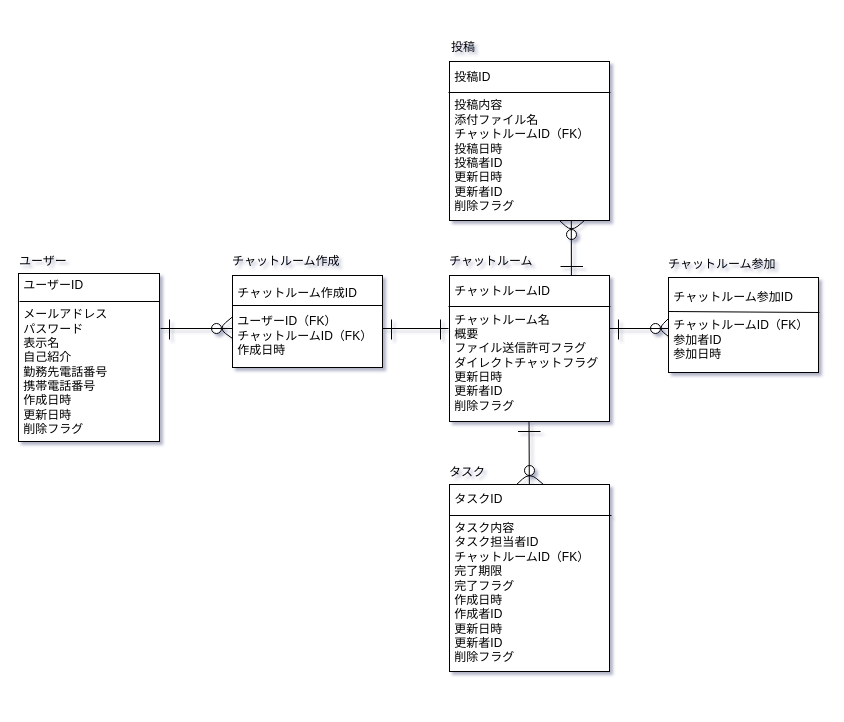
The draw.io diagram db/db-challenge1/erd.drawio in 39nina/quelcode-db, before the edit. Source tidied: cells renumbered, new cells numbered last; positions are measured from the earlier drawing's top-left corner, leaving out a move shared by most shapes. Both pictures are drawn from the tidied source at 100%, with x=0, y=0 at pixel (17, 23).
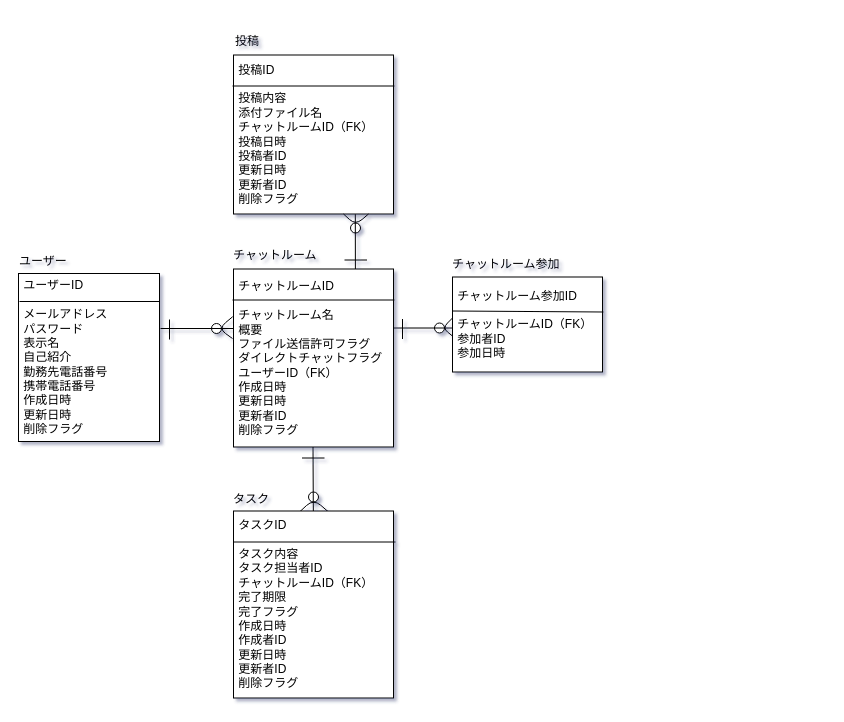
After the change.

Commit message:
チャットルーム作成テーブルをチャットルームテーブルに統合

Diff of the diagram source:
```diff
@@
     <mxCell id="2" style="ellipse;whiteSpace=wrap;html=1;" parent="1" vertex="1">
-      <mxGeometry x="549" y="206" width="10" height="10" as="geometry" />
+      <mxGeometry x="333" y="199.5" width="10" height="10" as="geometry" />
     </mxCell>
     <mxCell id="3" style="ellipse;whiteSpace=wrap;html=1;" parent="1" vertex="1">
-      <mxGeometry x="633" y="300" width="10" height="10" as="geometry" />
+      <mxGeometry x="417" y="299.5" width="10" height="10" as="geometry" />
     </mxCell>
     <mxCell id="4" style="ellipse;whiteSpace=wrap;html=1;" parent="1" vertex="1">
-      <mxGeometry x="507" y="442" width="10" height="10" as="geometry" />
+      <mxGeometry x="291" y="468.5" width="10" height="10" as="geometry" />
     </mxCell>
     <mxCell id="5" style="endArrow=none;html=1;exitX=0.591;exitY=0.003;exitDx=0;exitDy=0;exitPerimeter=0;" parent="1" edge="1">
       <mxGeometry relative="1" as="geometry">
-        <mxPoint x="526.6" y="461.6" as="sourcePoint" />
-        <mxPoint x="498" y="462" as="targetPoint" />
+        <mxPoint x="310.6" y="488.1" as="sourcePoint" />
+        <mxPoint x="282" y="488.5" as="targetPoint" />
         <Array as="points">
-          <mxPoint x="512" y="449" />
+          <mxPoint x="296" y="475.5" />
         </Array>
       </mxGeometry>
     </mxCell>
@@
     <mxCell id="7" style="endArrow=none;html=1;exitX=0.499;exitY=0.004;exitDx=0;exitDy=0;exitPerimeter=0;" parent="1" edge="1" source="21">
       <mxGeometry relative="1" as="geometry">
-        <mxPoint x="511.5" y="397" as="targetPoint" />
+        <mxPoint x="295.5" y="423.5" as="targetPoint" />
       </mxGeometry>
     </mxCell>
     <mxCell id="8" style="endArrow=none;html=1;" parent="1" edge="1">
       <mxGeometry relative="1" as="geometry">
-        <mxPoint x="592" y="305" as="sourcePoint" />
-        <mxPoint x="652" y="305" as="targetPoint" />
+        <mxPoint x="376" y="304.5" as="sourcePoint" />
+        <mxPoint x="436" y="304.5" as="targetPoint" />
       </mxGeometry>
     </mxCell>
-    <mxCell id="9" style="endArrow=none;html=1;entryX=0.013;entryY=0.576;entryDx=0;entryDy=0;entryPerimeter=0;" parent="1" edge="1" target="13">
+    <mxCell id="9" style="endArrow=none;html=1;entryX=0.013;entryY=0.576;entryDx=0;entryDy=0;entryPerimeter=0;" parent="1" edge="1">
       <mxGeometry relative="1" as="geometry">
         <mxPoint x="143" y="305" as="sourcePoint" />
+        <mxPoint x="217" y="305" as="targetPoint" />
       </mxGeometry>
     </mxCell>
-    <mxCell id="10" style="endArrow=none;html=1;" parent="1" edge="1">
-      <mxGeometry relative="1" as="geometry">
-        <mxPoint x="362" y="305" as="sourcePoint" />
-        <mxPoint x="431" y="305" as="targetPoint" />
-      </mxGeometry>
-    </mxCell>
     <mxCell id="11" value="&amp;nbsp;投稿ID&lt;br&gt;&lt;br&gt;&amp;nbsp;投稿内容&lt;br&gt;&amp;nbsp;添付ファイル名&lt;br&gt;&amp;nbsp;チャットルームID（FK）&lt;br&gt;&amp;nbsp;投稿日時&lt;br&gt;&amp;nbsp;投稿者ID&lt;br&gt;&amp;nbsp;更新日時&lt;br&gt;&amp;nbsp;更新者ID&lt;br&gt;&amp;nbsp;削除フラグ" style="rounded=0;whiteSpace=wrap;html=1;align=left;" parent="1" vertex="1">
-      <mxGeometry x="432" y="38" width="160" height="159" as="geometry" />
+      <mxGeometry x="216" y="31.5" width="160" height="159" as="geometry" />
     </mxCell>
@@
-    <mxCell id="13" value="&amp;nbsp;チャットルーム作成ID&lt;br&gt;&lt;br&gt;&amp;nbsp;ユーザーID（FK）&lt;br&gt;&amp;nbsp;チャットルームID（FK）&lt;br&gt;&amp;nbsp;作成日時" style="rounded=0;whiteSpace=wrap;html=1;align=left;" parent="1" vertex="1">
-      <mxGeometry x="215" y="252" width="150" height="92" as="geometry" />
-    </mxCell>
-    <mxCell id="14" value="&amp;nbsp;チャットルームID&lt;br&gt;&lt;br&gt;&amp;nbsp;チャットルーム名&lt;br&gt;&amp;nbsp;概要&lt;br&gt;&amp;nbsp;ファイル送信許可フラグ&lt;br&gt;&amp;nbsp;ダイレクトチャットフラグ&lt;br&gt;&amp;nbsp;更新日時&lt;br&gt;&amp;nbsp;更新者ID&lt;br&gt;&amp;nbsp;削除フラグ" style="rounded=0;whiteSpace=wrap;html=1;align=left;" parent="1" vertex="1">
-      <mxGeometry x="432" y="252" width="160" height="146" as="geometry" />
+    <mxCell id="14" value="&amp;nbsp;チャットルームID&lt;br&gt;&lt;br&gt;&amp;nbsp;チャットルーム名&lt;br&gt;&amp;nbsp;概要&lt;br&gt;&amp;nbsp;ファイル送信許可フラグ&lt;br&gt;&amp;nbsp;ダイレクトチャットフラグ&lt;br&gt;&amp;nbsp;ユーザーID（FK）&lt;br&gt;&amp;nbsp;作成日時&lt;br&gt;&amp;nbsp;更新日時&lt;br&gt;&amp;nbsp;更新者ID&lt;br&gt;&amp;nbsp;削除フラグ" style="rounded=0;whiteSpace=wrap;html=1;align=left;" parent="1" vertex="1">
+      <mxGeometry x="216" y="245.5" width="160" height="178" as="geometry" />
     </mxCell>
     <mxCell id="15" value="&amp;nbsp;チャットルーム参加ID&lt;br&gt;&lt;br&gt;&amp;nbsp;チャットルームID（FK）&lt;br&gt;&amp;nbsp;参加者ID&lt;br&gt;&amp;nbsp;参加日時" style="rounded=0;whiteSpace=wrap;html=1;align=left;" parent="1" vertex="1">
-      <mxGeometry x="651" y="254" width="150" height="95" as="geometry" />
+      <mxGeometry x="435" y="253.5" width="150" height="95" as="geometry" />
     </mxCell>
@@
-    <mxCell id="17" style="endArrow=none;html=1;" parent="1" edge="1">
-      <mxGeometry relative="1" as="geometry">
-        <mxPoint x="215" y="282" as="sourcePoint" />
-        <mxPoint x="365" y="282" as="targetPoint" />
-      </mxGeometry>
-    </mxCell>
     <mxCell id="18" style="endArrow=none;html=1;" parent="1" edge="1">
       <mxGeometry relative="1" as="geometry">
-        <mxPoint x="431" y="283" as="sourcePoint" />
-        <mxPoint x="593" y="283" as="targetPoint" />
+        <mxPoint x="215" y="276.5" as="sourcePoint" />
+        <mxPoint x="377" y="276.5" as="targetPoint" />
       </mxGeometry>
     </mxCell>
     <mxCell id="19" style="endArrow=none;html=1;" parent="1" edge="1">
       <mxGeometry relative="1" as="geometry">
-        <mxPoint x="651" y="288" as="sourcePoint" />
-        <mxPoint x="802" y="289" as="targetPoint" />
+        <mxPoint x="435" y="287.5" as="sourcePoint" />
+        <mxPoint x="586" y="288.5" as="targetPoint" />
       </mxGeometry>
     </mxCell>
     <mxCell id="20" style="endArrow=none;html=1;" parent="1" edge="1">
       <mxGeometry relative="1" as="geometry">
-        <mxPoint x="431" y="69" as="sourcePoint" />
-        <mxPoint x="593" y="69" as="targetPoint" />
+        <mxPoint x="215" y="62.5" as="sourcePoint" />
+        <mxPoint x="377" y="62.5" as="targetPoint" />
       </mxGeometry>
     </mxCell>
     <mxCell id="21" value="&amp;nbsp;タスクID&lt;br&gt;&lt;br&gt;&amp;nbsp;タスク内容&lt;br&gt;&amp;nbsp;タスク担当者ID&lt;br&gt;&amp;nbsp;チャットルームID（FK）&lt;br&gt;&amp;nbsp;完了期限&lt;br&gt;&amp;nbsp;完了フラグ&lt;br&gt;&amp;nbsp;作成日時&lt;br&gt;&amp;nbsp;作成者ID&lt;br&gt;&amp;nbsp;更新日時&lt;br&gt;&amp;nbsp;更新者ID&lt;br&gt;&amp;nbsp;削除フラグ" style="rounded=0;whiteSpace=wrap;html=1;align=left;" parent="1" vertex="1">
-      <mxGeometry x="432" y="461" width="160" height="187" as="geometry" />
+      <mxGeometry x="216" y="487.5" width="160" height="187" as="geometry" />
     </mxCell>
     <mxCell id="22" style="endArrow=none;html=1;" parent="1" edge="1">
       <mxGeometry relative="1" as="geometry">
-        <mxPoint x="432" y="492" as="sourcePoint" />
-        <mxPoint x="594" y="492" as="targetPoint" />
+        <mxPoint x="216" y="518.5" as="sourcePoint" />
+        <mxPoint x="378" y="518.5" as="targetPoint" />
       </mxGeometry>
     </mxCell>
     <mxCell id="23" style="endArrow=none;html=1;" parent="1" edge="1">
       <mxGeometry relative="1" as="geometry">
-        <mxPoint x="567" y="197" as="sourcePoint" />
-        <mxPoint x="542" y="197" as="targetPoint" />
+        <mxPoint x="351" y="190.5" as="sourcePoint" />
+        <mxPoint x="326" y="190.5" as="targetPoint" />
         <Array as="points">
-          <mxPoint x="554" y="208" />
+          <mxPoint x="338" y="201.5" />
         </Array>
       </mxGeometry>
     </mxCell>
@@
-    <mxCell id="26" style="endArrow=none;html=1;" parent="1" edge="1">
-      <mxGeometry relative="1" as="geometry">
-        <mxPoint x="374" y="316" as="sourcePoint" />
-        <mxPoint x="374" y="296" as="targetPoint" />
-      </mxGeometry>
-    </mxCell>
-    <mxCell id="27" style="endArrow=none;html=1;" parent="1" edge="1">
-      <mxGeometry relative="1" as="geometry">
-        <mxPoint x="423" y="316" as="sourcePoint" />
-        <mxPoint x="423" y="296" as="targetPoint" />
-      </mxGeometry>
-    </mxCell>
     <mxCell id="28" style="endArrow=none;html=1;" parent="1" edge="1">
       <mxGeometry relative="1" as="geometry">
-        <mxPoint x="601" y="316" as="sourcePoint" />
-        <mxPoint x="601" y="296" as="targetPoint" />
+        <mxPoint x="385" y="315.5" as="sourcePoint" />
+        <mxPoint x="385" y="295.5" as="targetPoint" />
       </mxGeometry>
     </mxCell>
     <mxCell id="29" style="endArrow=none;html=1;" parent="1" edge="1">
       <mxGeometry relative="1" as="geometry">
-        <mxPoint x="651" y="313" as="sourcePoint" />
-        <mxPoint x="651" y="295" as="targetPoint" />
+        <mxPoint x="435" y="312.5" as="sourcePoint" />
+        <mxPoint x="435" y="294.5" as="targetPoint" />
         <Array as="points">
-          <mxPoint x="641" y="305" />
+          <mxPoint x="425" y="304.5" />
         </Array>
       </mxGeometry>
     </mxCell>
     <mxCell id="30" style="endArrow=none;html=1;" parent="1" edge="1">
       <mxGeometry relative="1" as="geometry">
-        <mxPoint x="565.5" y="243" as="sourcePoint" />
-        <mxPoint x="543" y="243" as="targetPoint" />
+        <mxPoint x="349.5" y="236.5" as="sourcePoint" />
+        <mxPoint x="327" y="236.5" as="targetPoint" />
       </mxGeometry>
     </mxCell>
     <mxCell id="31" style="endArrow=none;html=1;" parent="1" edge="1">
       <mxGeometry relative="1" as="geometry">
-        <mxPoint x="523" y="408" as="sourcePoint" />
-        <mxPoint x="500.5" y="408" as="targetPoint" />
+        <mxPoint x="307" y="434.5" as="sourcePoint" />
+        <mxPoint x="284.5" y="434.5" as="targetPoint" />
       </mxGeometry>
     </mxCell>
     <mxCell id="32" style="endArrow=none;html=1;entryX=0.499;entryY=1.001;entryDx=0;entryDy=0;entryPerimeter=0;" parent="1" edge="1">
       <mxGeometry relative="1" as="geometry">
-        <mxPoint x="553.9" y="252" as="sourcePoint" />
-        <mxPoint x="553.8" y="197.2" as="targetPoint" />
+        <mxPoint x="337.9" y="245.5" as="sourcePoint" />
+        <mxPoint x="337.8" y="190.7" as="targetPoint" />
       </mxGeometry>
     </mxCell>
-    <mxCell id="33" value="&lt;font style=&quot;font-size: 12px&quot;&gt;チャットルーム作成&lt;/font&gt;" style="text;strokeColor=none;fillColor=none;html=1;fontSize=24;fontStyle=0;verticalAlign=middle;align=left;" parent="1" vertex="1">
-      <mxGeometry x="213" y="214" width="100" height="40" as="geometry" />
-    </mxCell>
@@
     <mxCell id="35" value="&lt;font style=&quot;font-size: 12px&quot;&gt;投稿&lt;/font&gt;" style="text;strokeColor=none;fillColor=none;html=1;fontSize=24;fontStyle=0;verticalAlign=middle;align=left;" parent="1" vertex="1">
-      <mxGeometry x="432" width="100" height="40" as="geometry" />
+      <mxGeometry x="216" y="-6.5" width="100" height="40" as="geometry" />
     </mxCell>
     <mxCell id="36" value="&lt;font style=&quot;font-size: 12px&quot;&gt;チャットルーム&lt;/font&gt;" style="text;strokeColor=none;fillColor=none;html=1;fontSize=24;fontStyle=0;verticalAlign=middle;align=left;" parent="1" vertex="1">
-      <mxGeometry x="430" y="214" width="100" height="40" as="geometry" />
+      <mxGeometry x="214" y="207.5" width="100" height="40" as="geometry" />
     </mxCell>
     <mxCell id="37" value="&lt;font style=&quot;font-size: 12px&quot;&gt;チャットルーム参加&lt;/font&gt;" style="text;strokeColor=none;fillColor=none;html=1;fontSize=24;fontStyle=0;verticalAlign=middle;align=left;" parent="1" vertex="1">
-      <mxGeometry x="649" y="217" width="100" height="40" as="geometry" />
+      <mxGeometry x="433" y="216.5" width="100" height="40" as="geometry" />
     </mxCell>
     <mxCell id="38" value="&lt;font style=&quot;font-size: 12px&quot;&gt;タスク&lt;/font&gt;" style="text;strokeColor=none;fillColor=none;html=1;fontSize=24;fontStyle=0;verticalAlign=middle;align=left;" parent="1" vertex="1">
-      <mxGeometry x="430" y="425" width="100" height="40" as="geometry" />
+      <mxGeometry x="214" y="451.5" width="100" height="40" as="geometry" />
     </mxCell>
```
